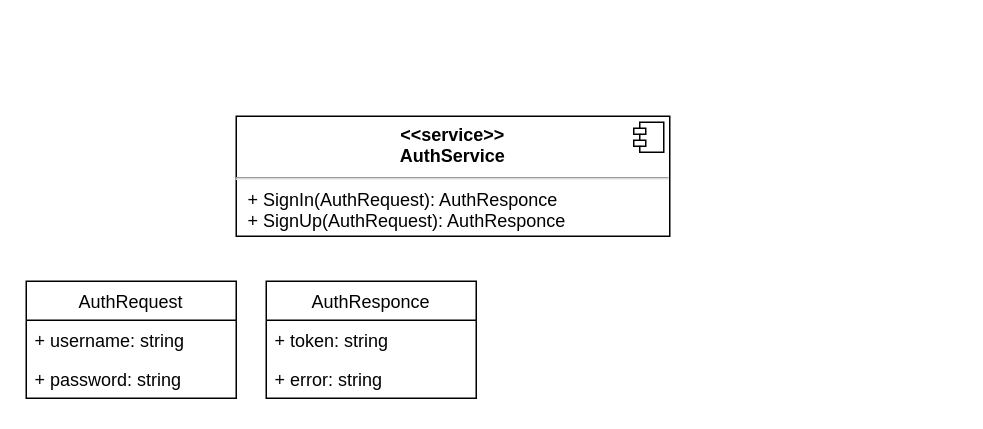
Earlier version of the draw.io diagram draw.io/service.auth/methods.drawio (0B1t322/distanceLearningWebSite). Source tidied: cells renumbered, new cells numbered last; positions are measured from the earlier drawing's top-left corner, leaving out a move shared by most shapes. Both pictures are drawn from the tidied source at 150%, with x=0, y=0 at pixel (26, 116).
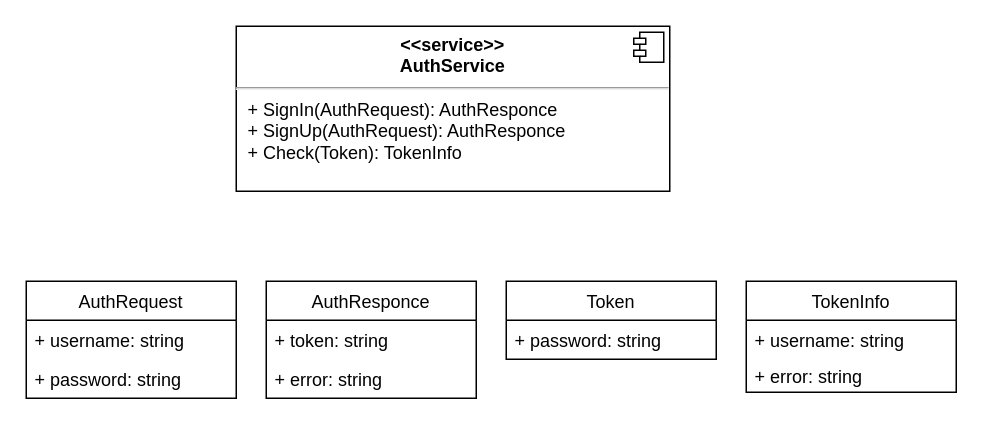
The same page after the edit.

The edit, as a diff of the source:
```diff
@@
 <mxGraphModel>
   <root>
     <mxCell id="0" />
     <mxCell id="1" parent="0" />
-    <mxCell id="2" value="&lt;p style=&quot;margin: 0px ; margin-top: 6px ; text-align: center&quot;&gt;&lt;b&gt;&amp;lt;&amp;lt;service&amp;gt;&amp;gt;&lt;br&gt;AuthService&lt;/b&gt;&lt;/p&gt;&lt;hr&gt;&lt;p style=&quot;margin: 0px ; margin-left: 8px&quot;&gt;+ SignIn(AuthRequest): AuthResponce&amp;nbsp;&lt;br&gt;+ SignUp(AuthRequest): AuthResponce&lt;/p&gt;" style="align=left;overflow=fill;html=1;" parent="1" vertex="1">
-      <mxGeometry x="140" width="289" height="80" as="geometry" />
+    <mxCell id="2" value="&lt;p style=&quot;margin: 0px ; margin-top: 6px ; text-align: center&quot;&gt;&lt;b&gt;&amp;lt;&amp;lt;service&amp;gt;&amp;gt;&lt;br&gt;AuthService&lt;/b&gt;&lt;/p&gt;&lt;hr&gt;&lt;p style=&quot;margin: 0px ; margin-left: 8px&quot;&gt;+ SignIn(AuthRequest): AuthResponce&amp;nbsp;&lt;br&gt;+ SignUp(AuthRequest): AuthResponce&lt;/p&gt;&lt;p style=&quot;margin: 0px ; margin-left: 8px&quot;&gt;+ Check(Token): TokenInfo&lt;/p&gt;" style="align=left;overflow=fill;html=1;" parent="1" vertex="1">
+      <mxGeometry x="140" y="-60" width="289" height="110" as="geometry" />
     </mxCell>
     <mxCell id="3" style="shape=component;jettyWidth=8;jettyHeight=4;" parent="2" vertex="1">
       <mxGeometry x="1" width="20" height="20" relative="1" as="geometry">
         <mxPoint x="-24" y="4" as="offset" />
       </mxGeometry>
     </mxCell>
     <mxCell id="4" value="AuthRequest" style="swimlane;fontStyle=0;horizontal=1;startSize=26;fillColor=none;" parent="1" vertex="1">
       <mxGeometry y="110" width="140" height="78" as="geometry" />
     </mxCell>
     <mxCell id="5" value="+ username: string" style="text;strokeColor=none;fillColor=none;align=left;verticalAlign=top;spacingLeft=4;spacingRight=4;overflow=hidden;" parent="4" vertex="1">
       <mxGeometry y="26" width="140" height="26" as="geometry" />
     </mxCell>
     <mxCell id="6" value="+ password: string" style="text;strokeColor=none;fillColor=none;align=left;verticalAlign=top;spacingLeft=4;spacingRight=4;overflow=hidden;" parent="4" vertex="1">
       <mxGeometry y="52" width="140" height="26" as="geometry" />
     </mxCell>
     <mxCell id="7" value="AuthResponce" style="swimlane;fontStyle=0;horizontal=1;startSize=26;fillColor=none;" parent="1" vertex="1">
       <mxGeometry x="160" y="110" width="140" height="78" as="geometry" />
     </mxCell>
     <mxCell id="8" value="+ token: string" style="text;strokeColor=none;fillColor=none;align=left;verticalAlign=top;spacingLeft=4;spacingRight=4;overflow=hidden;" parent="7" vertex="1">
       <mxGeometry y="26" width="140" height="26" as="geometry" />
     </mxCell>
     <mxCell id="9" value="+ error: string" style="text;strokeColor=none;fillColor=none;align=left;verticalAlign=top;spacingLeft=4;spacingRight=4;overflow=hidden;" parent="7" vertex="1">
       <mxGeometry y="52" width="140" height="26" as="geometry" />
     </mxCell>
+    <mxCell id="10" value="Token" style="swimlane;fontStyle=0;horizontal=1;startSize=26;fillColor=none;" parent="1" vertex="1">
+      <mxGeometry x="320" y="110" width="140" height="52" as="geometry" />
+    </mxCell>
+    <mxCell id="11" value="+ password: string" style="text;strokeColor=none;fillColor=none;align=left;verticalAlign=top;spacingLeft=4;spacingRight=4;overflow=hidden;" parent="10" vertex="1">
+      <mxGeometry y="26" width="140" height="26" as="geometry" />
+    </mxCell>
+    <mxCell id="12" value="TokenInfo" style="swimlane;fontStyle=0;horizontal=1;startSize=26;fillColor=none;" parent="1" vertex="1">
+      <mxGeometry x="480" y="110" width="140" height="74" as="geometry" />
+    </mxCell>
+    <mxCell id="13" value="+ username: string" style="text;strokeColor=none;fillColor=none;align=left;verticalAlign=top;spacingLeft=4;spacingRight=4;overflow=hidden;" parent="12" vertex="1">
+      <mxGeometry y="26" width="140" height="24" as="geometry" />
+    </mxCell>
+    <mxCell id="14" value="+ error: string" style="text;strokeColor=none;fillColor=none;align=left;verticalAlign=top;spacingLeft=4;spacingRight=4;overflow=hidden;" parent="12" vertex="1">
+      <mxGeometry y="50" width="140" height="24" as="geometry" />
+    </mxCell>
   </root>
 </mxGraphModel>
```
